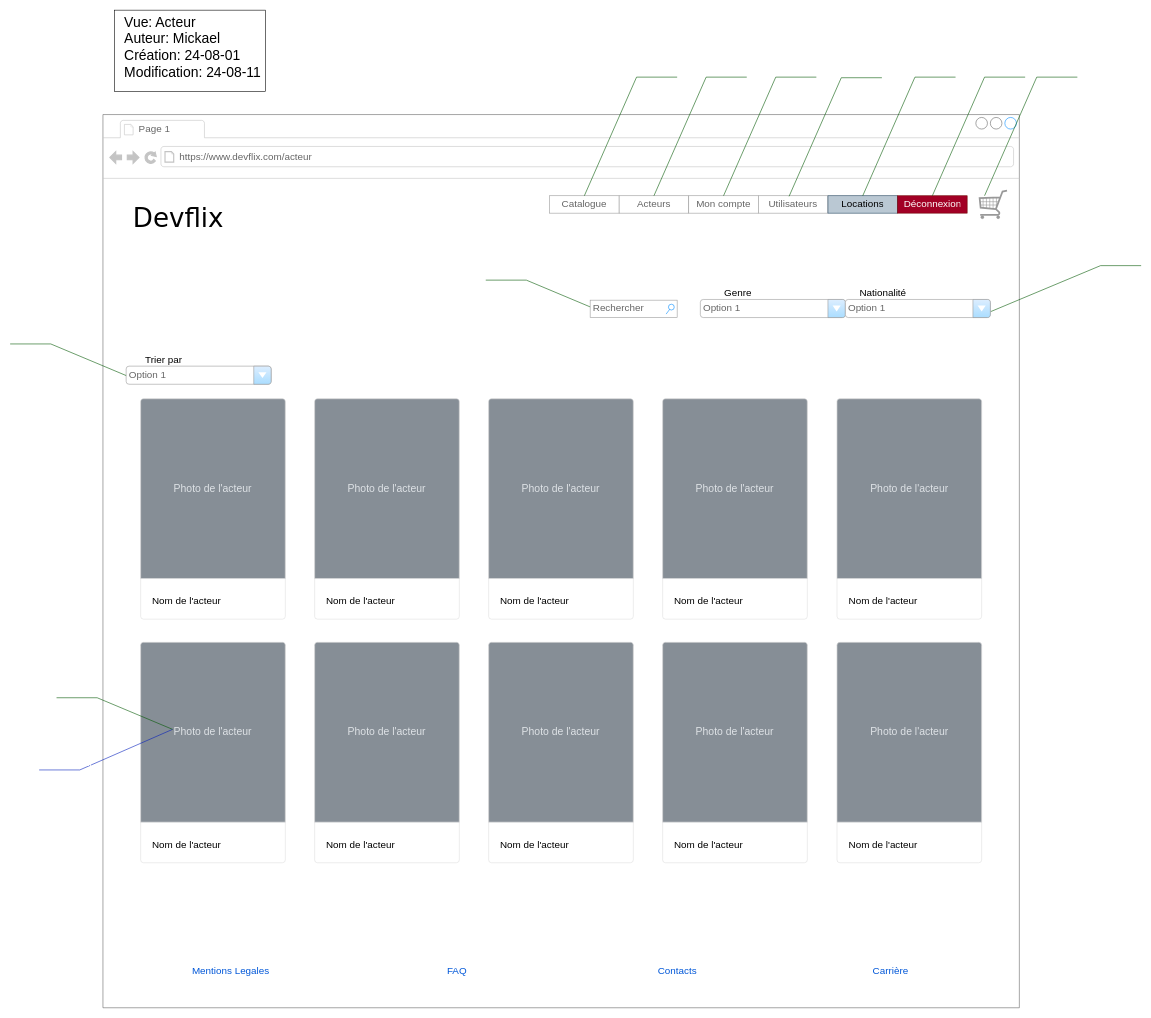
Above: livrables/livrable3/acteurs.drawio in MapleCialys/Projet-modification-systeme (draw.io), before the change. Source tidied: cells renumbered, new cells numbered last; positions are measured from the earlier drawing's top-left corner, leaving out a move shared by most shapes. Both pictures are drawn from the tidied source at 58%, with x=0, y=0 at pixel (10, 10).
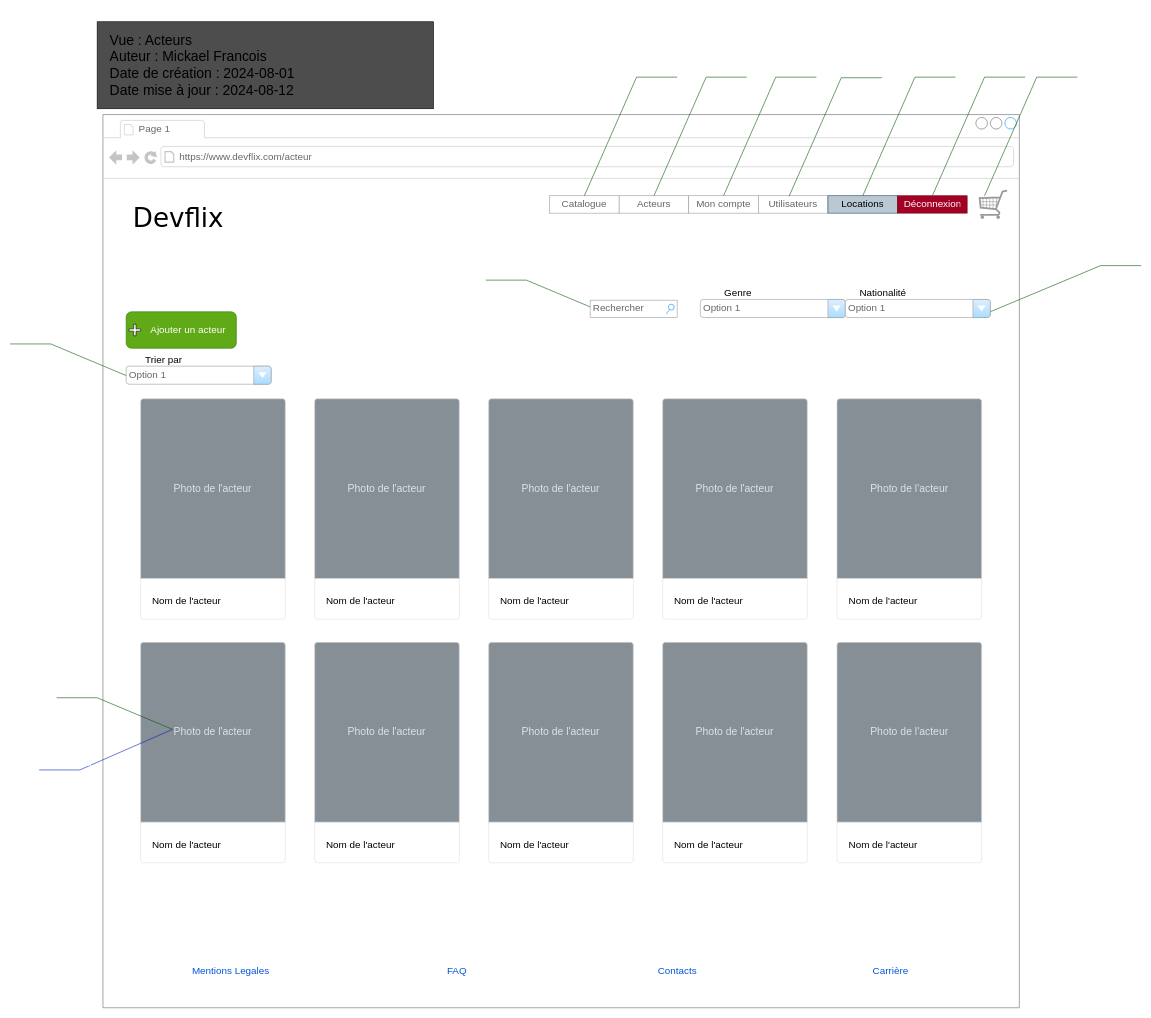
The same page after the edit.

Commit message (it also covers changes not shown here):
ajout de page mot de passe et modif acteur, correction générale

What changed in the source:
```diff
@@
-    <mxCell id="44" style="group;" parent="1" vertex="1">
-      <mxGeometry x="180" width="285" height="140" as="geometry" />
-    </mxCell>
-    <mxCell id="45" style="rounded=0;whiteSpace=wrap;html=1;" parent="44" vertex="1">
-      <mxGeometry width="260" height="140" as="geometry" />
-    </mxCell>
-    <mxCell id="46" value="&lt;font style=&quot;font-size: 24px;&quot;&gt;Vue: Acteur&lt;/font&gt;&lt;div style=&quot;font-size: 24px;&quot;&gt;&lt;font style=&quot;font-size: 24px;&quot;&gt;Auteur: Mickael&lt;/font&gt;&lt;/div&gt;&lt;div style=&quot;font-size: 24px;&quot;&gt;&lt;font style=&quot;font-size: 24px;&quot;&gt;Création: 24-08-01&lt;/font&gt;&lt;/div&gt;&lt;div style=&quot;font-size: 24px;&quot;&gt;&lt;font style=&quot;font-size: 24px;&quot;&gt;Modification: 24-08-11&lt;/font&gt;&lt;/div&gt;" style="text;html=1;whiteSpace=wrap;overflow=hidden;rounded=0;" parent="44" vertex="1">
-      <mxGeometry x="15" width="270" height="140" as="geometry" />
-    </mxCell>
@@
+    <mxCell id="64" value="&lt;font style=&quot;font-size: 24px;&quot;&gt;&amp;nbsp; &amp;nbsp;Vue : Acteurs&lt;br&gt;&amp;nbsp; &amp;nbsp;Auteur : Mickael Francois&lt;br&gt;&amp;nbsp; &amp;nbsp;Date de création : 2024-08-01&lt;br&gt;&amp;nbsp; &amp;nbsp;Date mise à jour : 2024-08-12&lt;/font&gt;" style="rounded=0;whiteSpace=wrap;html=1;align=left;fillColor=#4D4D4D;strokeColor=#000000;" parent="1" vertex="1">
+      <mxGeometry x="150" y="20" width="580" height="150" as="geometry" />
+    </mxCell>
+    <mxCell id="65" value="&amp;nbsp; &amp;nbsp;Ajouter un acteur" style="rounded=1;align=left;fillColor=#60a917;strokeColor=#2D7600;html=1;fontColor=#ffffff;fontSize=17;spacingLeft=26;" parent="1" vertex="1">
+      <mxGeometry x="200" y="520" width="190" height="63" as="geometry" />
+    </mxCell>
+    <mxCell id="66" style="shape=cross;whiteSpace=wrap;html=1;" parent="1" vertex="1">
+      <mxGeometry x="205" y="541.5" width="20" height="20" as="geometry" />
+    </mxCell>
```
